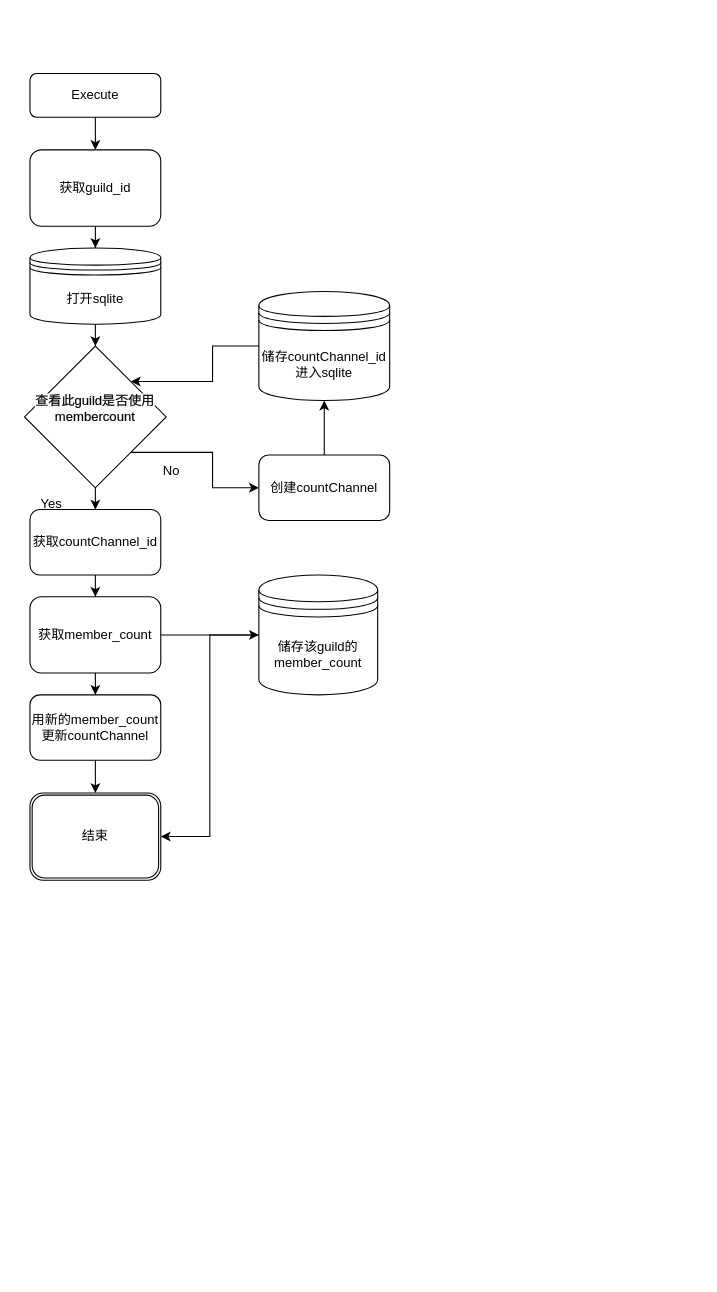
This is MemberCount.drawio from yohaneowo/Projectowo_DiscordBot, a draw.io file, before an edit. Source tidied: cells renumbered, new cells numbered last; positions are measured from the earlier drawing's top-left corner, leaving out a move shared by most shapes. Both pictures are drawn from the tidied source at 109%, with x=0, y=0 at pixel (19, 73).
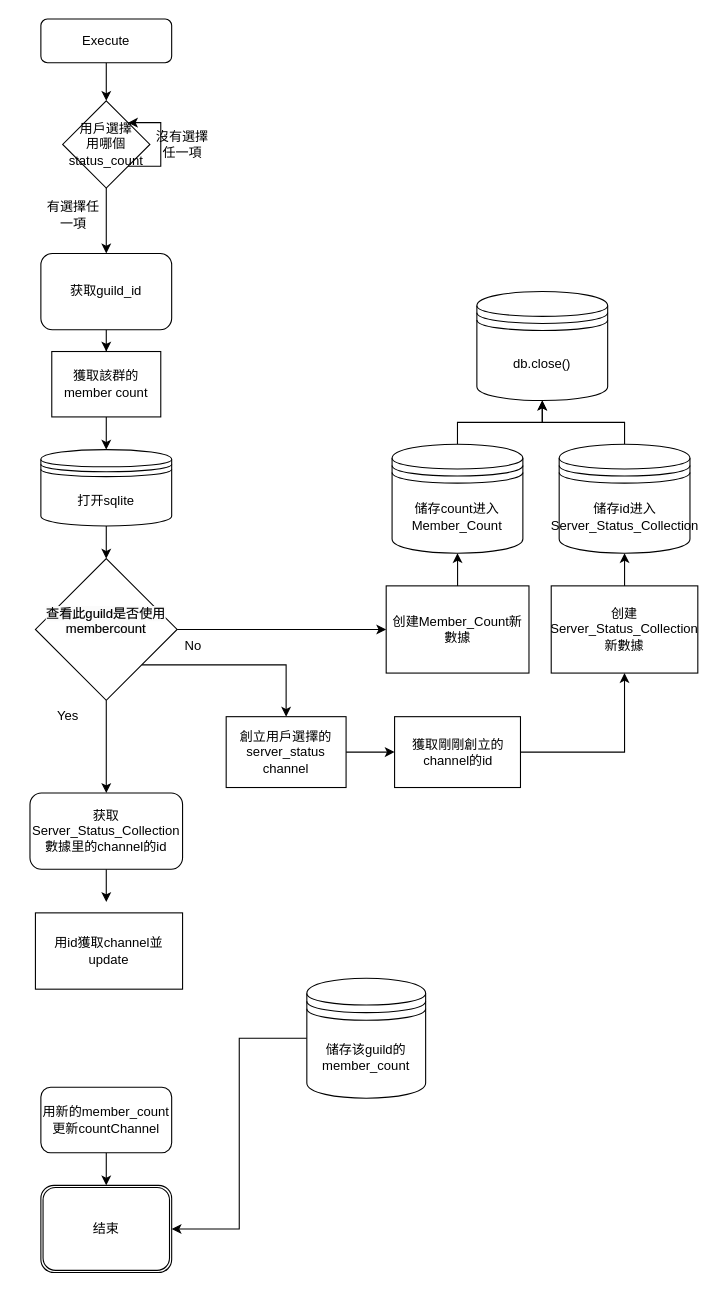
Above is the later version.

Change to the diagram source:
```diff
@@
-    <mxCell id="2" style="edgeStyle=orthogonalEdgeStyle;rounded=0;jettySize=auto;html=1;" parent="1" edge="1" source="3" target="5">
-      <mxGeometry relative="1" as="geometry" />
-    </mxCell>
+    <mxCell id="27" style="edgeStyle=orthogonalEdgeStyle;rounded=0;jettySize=auto;html=1;" parent="1" edge="1" source="3" target="35">
+      <mxGeometry relative="1" as="geometry" />
+    </mxCell>
     <mxCell id="3" value="Execute" style="rounded=1;whiteSpace=wrap;html=1;fontSize=12;glass=0;strokeWidth=1;shadow=0;" parent="1" vertex="1">
-      <mxGeometry x="10" width="120" height="40" as="geometry" />
+      <mxGeometry x="20" y="-50" width="120" height="40" as="geometry" />
     </mxCell>
-    <mxCell id="4" style="edgeStyle=orthogonalEdgeStyle;rounded=0;jettySize=auto;html=1;" parent="1" edge="1" source="5" target="11">
-      <mxGeometry relative="1" as="geometry" />
-    </mxCell>
+    <mxCell id="28" style="edgeStyle=orthogonalEdgeStyle;rounded=0;jettySize=auto;html=1;" parent="1" edge="1" source="5" target="47">
+      <mxGeometry relative="1" as="geometry" />
+    </mxCell>
     <mxCell id="5" value="获取guild_id" style="rounded=1;whiteSpace=wrap;html=1;" parent="1" vertex="1">
-      <mxGeometry x="10" y="70" width="120" height="70" as="geometry" />
+      <mxGeometry x="20" y="165" width="120" height="70" as="geometry" />
     </mxCell>
+    <mxCell id="29" style="rounded=0;jettySize=auto;html=1;exitX=0.25;exitY=0;exitDx=0;exitDy=0;edgeStyle=elbowEdgeStyle;" parent="1" edge="1" source="6" target="9">
+      <mxGeometry relative="1" as="geometry" />
+    </mxCell>
     <mxCell id="6" value="No" style="text;html=1;strokeColor=none;fillColor=none;align=center;verticalAlign=middle;whiteSpace=wrap;rounded=0;" parent="1" vertex="1">
-      <mxGeometry x="110" y="350" width="60" height="30" as="geometry" />
+      <mxGeometry x="130" y="510" width="60" height="30" as="geometry" />
     </mxCell>
     <mxCell id="7" value="Yes" style="text;html=1;strokeColor=none;fillColor=none;align=center;verticalAlign=middle;whiteSpace=wrap;rounded=0;" parent="1" vertex="1">
-      <mxGeometry y="380" width="60" height="30" as="geometry" />
+      <mxGeometry x="15" y="575" width="60" height="30" as="geometry" />
     </mxCell>
@@
-    <mxCell id="9" value="创建countChannel" style="rounded=1;whiteSpace=wrap;html=1;" parent="1" vertex="1">
-      <mxGeometry x="220" y="350" width="120" height="60" as="geometry" />
+    <mxCell id="9" value="创建Member_Count新數據" style="rounded=1;whiteSpace=wrap;html=1;arcSize=0;" parent="1" vertex="1">
+      <mxGeometry x="336.8" y="470" width="131" height="80" as="geometry" />
     </mxCell>
-    <mxCell id="10" style="edgeStyle=orthogonalEdgeStyle;rounded=0;jettySize=auto;html=1;" parent="1" edge="1" source="11" target="18">
+    <mxCell id="10" style="edgeStyle=orthogonalEdgeStyle;rounded=0;jettySize=auto;html=1;entryX=0.5;entryY=0;entryDx=0;entryDy=0;" parent="1" edge="1" source="11" target="18">
       <mxGeometry relative="1" as="geometry" />
     </mxCell>
     <mxCell id="11" value="打开sqlite" style="shape=datastore;whiteSpace=wrap;html=1;" parent="1" vertex="1">
-      <mxGeometry x="10" y="160" width="120" height="70" as="geometry" />
+      <mxGeometry x="20" y="345" width="120" height="70" as="geometry" />
     </mxCell>
-    <mxCell id="12" style="edgeStyle=orthogonalEdgeStyle;rounded=0;jettySize=auto;html=1;entryX=0.5;entryY=0;entryDx=0;entryDy=0;" parent="1" edge="1" source="13" target="21">
-      <mxGeometry relative="1" as="geometry" />
+    <mxCell id="12" style="edgeStyle=orthogonalEdgeStyle;rounded=0;jettySize=auto;html=1;" parent="1" edge="1" source="13">
+      <mxGeometry relative="1" as="geometry">
+        <mxPoint x="80" y="760" as="targetPoint" />
+      </mxGeometry>
     </mxCell>
-    <mxCell id="13" value="获取countChannel_id" style="rounded=1;whiteSpace=wrap;html=1;" parent="1" vertex="1">
-      <mxGeometry x="10" y="400" width="120" height="60" as="geometry" />
+    <mxCell id="13" value="获取Server_Status_Collection數據里的channel的id" style="rounded=1;whiteSpace=wrap;html=1;" parent="1" vertex="1">
+      <mxGeometry x="10" y="660" width="140" height="70" as="geometry" />
     </mxCell>
-    <mxCell id="14" style="edgeStyle=orthogonalEdgeStyle;rounded=0;jettySize=auto;html=1;entryX=1;entryY=0;entryDx=0;entryDy=0;" parent="1" edge="1" source="15" target="18">
-      <mxGeometry relative="1" as="geometry" />
-    </mxCell>
+    <mxCell id="30" style="edgeStyle=orthogonalEdgeStyle;rounded=0;jettySize=auto;html=1;" parent="1" edge="1" source="15" target="48">
+      <mxGeometry relative="1" as="geometry" />
+    </mxCell>
-    <mxCell id="15" value="储存countChannel_id进入sqlite" style="shape=datastore;whiteSpace=wrap;html=1;" parent="1" vertex="1">
-      <mxGeometry x="220" y="200" width="120" height="100" as="geometry" />
+    <mxCell id="15" value="储存count进入Member_Count" style="shape=datastore;whiteSpace=wrap;html=1;" parent="1" vertex="1">
+      <mxGeometry x="342.2" y="340" width="120" height="100" as="geometry" />
     </mxCell>
@@
-    <mxCell id="17" style="edgeStyle=orthogonalEdgeStyle;rounded=0;jettySize=auto;html=1;exitX=1;exitY=1;exitDx=0;exitDy=0;entryX=0;entryY=0.5;entryDx=0;entryDy=0;" parent="1" edge="1" source="18" target="9">
-      <mxGeometry relative="1" as="geometry" />
-    </mxCell>
+    <mxCell id="31" style="edgeStyle=orthogonalEdgeStyle;rounded=0;jettySize=auto;html=1;exitX=1;exitY=1;exitDx=0;exitDy=0;" parent="1" edge="1" source="18" target="43">
+      <mxGeometry relative="1" as="geometry" />
+    </mxCell>
     <mxCell id="18" value="&#10;&lt;span style=&quot;color: rgb(0, 0, 0); font-family: Helvetica; font-size: 12px; font-style: normal; font-variant-ligatures: normal; font-variant-caps: normal; font-weight: 400; letter-spacing: normal; orphans: 2; text-align: center; text-indent: 0px; text-transform: none; widows: 2; word-spacing: 0px; -webkit-text-stroke-width: 0.15px; background-color: rgb(251, 251, 251); text-decoration-thickness: initial; text-decoration-style: initial; text-decoration-color: initial; float: none; display: inline !important;&quot;&gt;查看此guild是否使用membercount&lt;/span&gt;&#10;&#10;" style="rhombus;whiteSpace=wrap;html=1;" parent="1" vertex="1">
-      <mxGeometry x="5" y="250" width="130" height="130" as="geometry" />
+      <mxGeometry x="15" y="445" width="130" height="130" as="geometry" />
     </mxCell>
-    <mxCell id="19" style="edgeStyle=orthogonalEdgeStyle;rounded=0;jettySize=auto;html=1;entryX=0.5;entryY=0;entryDx=0;entryDy=0;" parent="1" edge="1" source="21" target="23">
-      <mxGeometry relative="1" as="geometry" />
-    </mxCell>
-    <mxCell id="20" style="edgeStyle=orthogonalEdgeStyle;rounded=0;jettySize=auto;html=1;entryX=0;entryY=0.5;entryDx=0;entryDy=0;" parent="1" edge="1" source="21" target="25">
-      <mxGeometry relative="1" as="geometry" />
-    </mxCell>
-    <mxCell id="21" value="获取member_count" style="rounded=1;whiteSpace=wrap;html=1;" parent="1" vertex="1">
-      <mxGeometry x="10" y="480" width="120" height="70" as="geometry" />
-    </mxCell>
@@
     <mxCell id="23" value="用新的member_count更新countChannel" style="rounded=1;whiteSpace=wrap;html=1;" parent="1" vertex="1">
-      <mxGeometry x="10" y="570" width="120" height="60" as="geometry" />
+      <mxGeometry x="20" y="930" width="120" height="60" as="geometry" />
     </mxCell>
@@
     <mxCell id="25" value="储存该guild的member_count" style="shape=datastore;whiteSpace=wrap;html=1;" parent="1" vertex="1">
-      <mxGeometry x="220" y="460" width="109" height="110" as="geometry" />
+      <mxGeometry x="264" y="830" width="109" height="110" as="geometry" />
     </mxCell>
     <mxCell id="26" value="结束" style="shape=ext;double=1;rounded=1;whiteSpace=wrap;html=1;" parent="1" vertex="1">
-      <mxGeometry x="10" y="660" width="120" height="80" as="geometry" />
+      <mxGeometry x="20" y="1020" width="120" height="80" as="geometry" />
     </mxCell>
+    <mxCell id="32" style="rounded=0;orthogonalLoop=1;jettySize=auto;html=1;exitX=1;exitY=1;exitDx=0;exitDy=0;elbow=vertical;entryX=1;entryY=0;entryDx=0;entryDy=0;" parent="1" edge="1" source="35" target="35">
+      <mxGeometry relative="1" as="geometry" />
+    </mxCell>
+    <mxCell id="33" style="edgeStyle=entityRelationEdgeStyle;rounded=0;orthogonalLoop=1;jettySize=auto;html=1;exitX=1;exitY=1;exitDx=0;exitDy=0;elbow=vertical;entryX=1;entryY=0;entryDx=0;entryDy=0;" parent="1" edge="1" source="35" target="35">
+      <mxGeometry relative="1" as="geometry" />
+    </mxCell>
+    <mxCell id="34" style="edgeStyle=orthogonalEdgeStyle;rounded=0;jettySize=auto;html=1;entryX=0.5;entryY=0;entryDx=0;entryDy=0;" parent="1" edge="1" source="35" target="5">
+      <mxGeometry relative="1" as="geometry" />
+    </mxCell>
+    <mxCell id="35" value="用戶選擇&lt;br&gt;用哪個status_count" style="rhombus;whiteSpace=wrap;html=1;" parent="1" vertex="1">
+      <mxGeometry x="40" y="25" width="80" height="80" as="geometry" />
+    </mxCell>
+    <mxCell id="36" value="有選擇任一項" style="text;html=1;strokeColor=none;fillColor=none;align=center;verticalAlign=middle;whiteSpace=wrap;rounded=0;" parent="1" vertex="1">
+      <mxGeometry x="20" y="115" width="60" height="30" as="geometry" />
+    </mxCell>
+    <mxCell id="37" value="沒有選擇任一項" style="text;html=1;strokeColor=none;fillColor=none;align=center;verticalAlign=middle;whiteSpace=wrap;rounded=0;" parent="1" vertex="1">
+      <mxGeometry x="120" y="50" width="60" height="30" as="geometry" />
+    </mxCell>
+    <mxCell id="38" style="edgeStyle=orthogonalEdgeStyle;rounded=0;jettySize=auto;html=1;" parent="1" edge="1" source="39" target="48">
+      <mxGeometry relative="1" as="geometry" />
+    </mxCell>
+    <mxCell id="39" value="储存id进入Server_Status_Collection" style="shape=datastore;whiteSpace=wrap;html=1;" parent="1" vertex="1">
+      <mxGeometry x="495.5" y="340" width="120" height="100" as="geometry" />
+    </mxCell>
+    <mxCell id="40" style="edgeStyle=orthogonalEdgeStyle;rounded=0;jettySize=auto;html=1;" parent="1" edge="1" source="41" target="39">
+      <mxGeometry relative="1" as="geometry" />
+    </mxCell>
+    <mxCell id="41" value="创建Server_Status_Collection新數據" style="rounded=1;whiteSpace=wrap;html=1;direction=south;arcSize=0;" parent="1" vertex="1">
+      <mxGeometry x="488.2" y="470" width="134.5" height="80" as="geometry" />
+    </mxCell>
+    <mxCell id="42" style="edgeStyle=orthogonalEdgeStyle;rounded=0;jettySize=auto;html=1;" parent="1" edge="1" source="43" target="45">
+      <mxGeometry relative="1" as="geometry" />
+    </mxCell>
+    <mxCell id="43" value="創立用戶選擇的server_status channel" style="rounded=0;whiteSpace=wrap;html=1;" parent="1" vertex="1">
+      <mxGeometry x="190" y="590" width="110" height="65" as="geometry" />
+    </mxCell>
+    <mxCell id="44" style="edgeStyle=orthogonalEdgeStyle;rounded=0;jettySize=auto;html=1;entryX=1;entryY=0.5;entryDx=0;entryDy=0;" parent="1" edge="1" source="45" target="41">
+      <mxGeometry relative="1" as="geometry" />
+    </mxCell>
+    <mxCell id="45" value="獲取剛剛創立的channel的id" style="rounded=0;whiteSpace=wrap;html=1;" parent="1" vertex="1">
+      <mxGeometry x="344.5" y="590" width="115.5" height="65" as="geometry" />
+    </mxCell>
+    <mxCell id="46" style="edgeStyle=orthogonalEdgeStyle;rounded=0;jettySize=auto;html=1;" parent="1" edge="1" source="47" target="11">
+      <mxGeometry relative="1" as="geometry" />
+    </mxCell>
+    <mxCell id="47" value="獲取該群的member count" style="rounded=0;whiteSpace=wrap;html=1;" parent="1" vertex="1">
+      <mxGeometry x="30" y="255" width="100" height="60" as="geometry" />
+    </mxCell>
+    <mxCell id="48" value="db.close()" style="shape=datastore;whiteSpace=wrap;html=1;" parent="1" vertex="1">
+      <mxGeometry x="420" y="200" width="120" height="100" as="geometry" />
+    </mxCell>
+    <mxCell id="49" value="用id獲取channel並update" style="rounded=0;whiteSpace=wrap;html=1;" parent="1" vertex="1">
+      <mxGeometry x="15" y="770" width="135" height="70" as="geometry" />
+    </mxCell>
```
